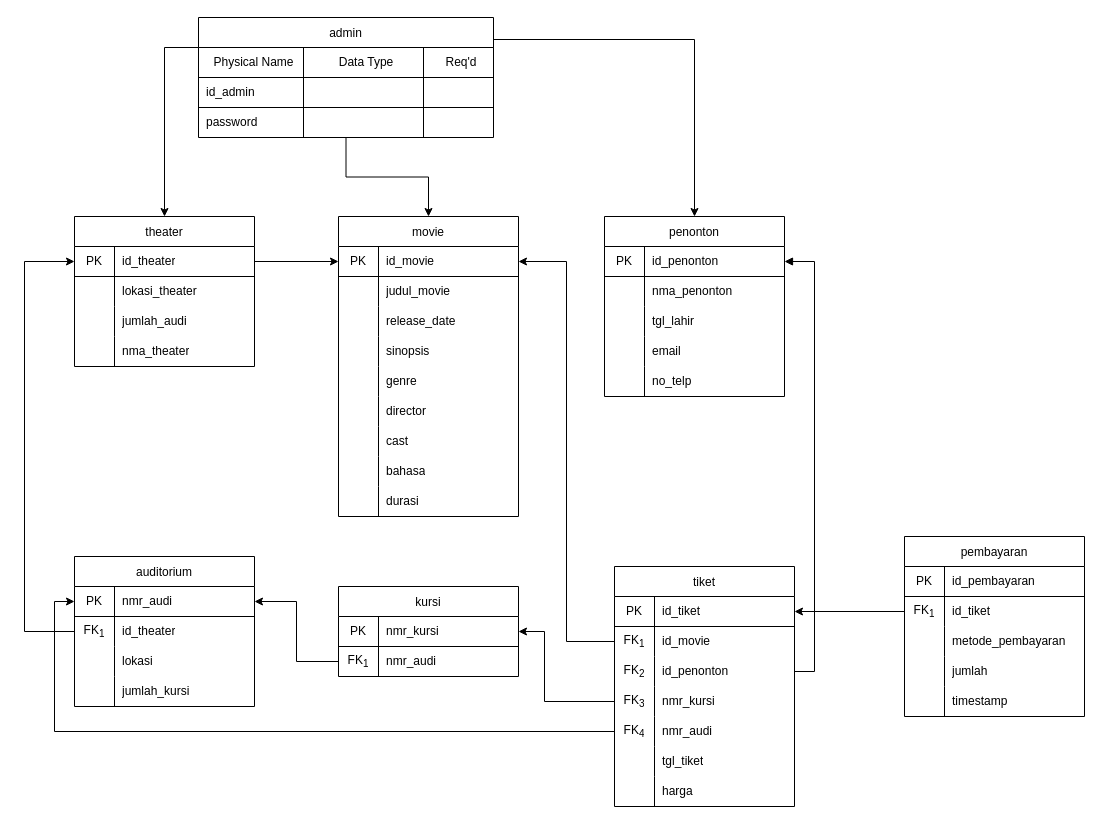
Earlier version of the draw.io diagram movie_pdm.drawio (vinnnna/sistem-basis-data). Source tidied: cells renumbered, new cells numbered last; positions are measured from the earlier drawing's top-left corner, leaving out a move shared by most shapes. Both pictures are drawn from the tidied source at 100%, with x=0, y=0 at pixel (24, 17).
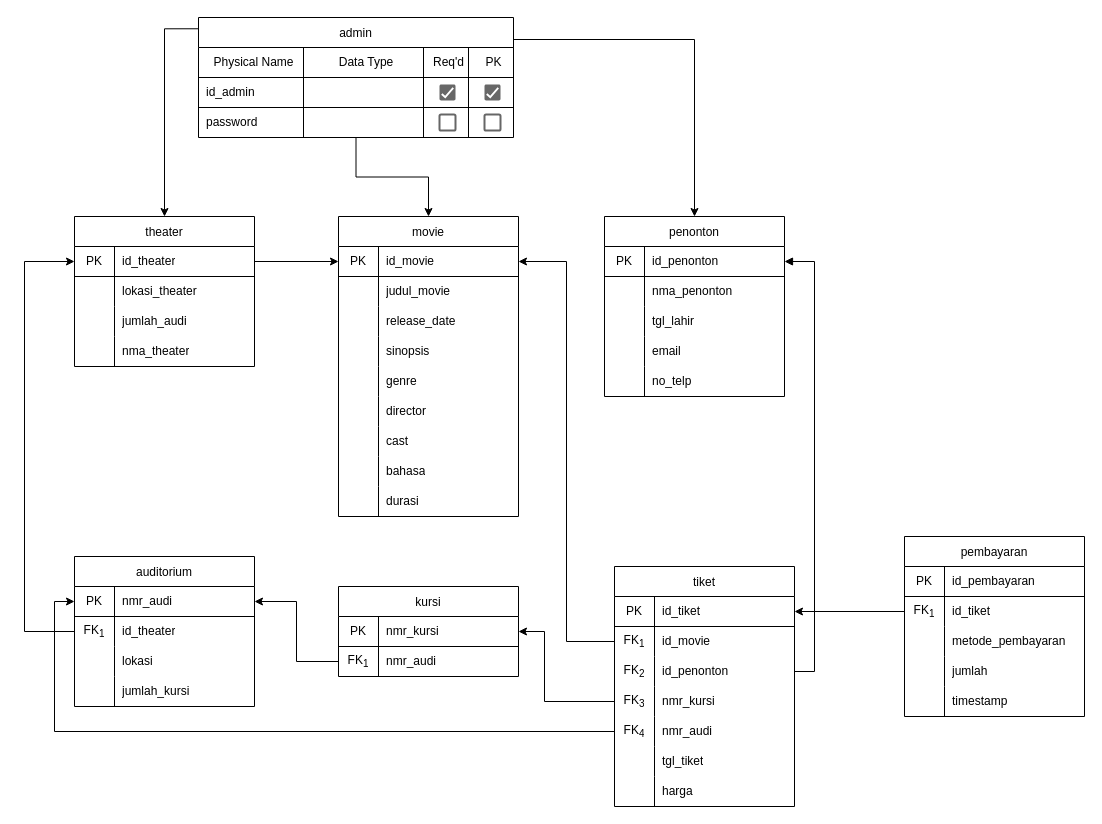
After the change.

Unchanged cells that the change refers to:
```xml
<mxCell id="2" value="theater" style="shape=table;startSize=30;childLayout=tableLayout;rowLines=0;fontStyle=0;strokeColor=default;fontSize=12;" parent="1" vertex="1">
  <mxGeometry x="50" y="199" width="180" height="150" as="geometry" />
</mxCell>
```

Change to the diagram source:
```diff
@@
-    <mxCell id="98" style="edgeStyle=orthogonalEdgeStyle;rounded=0;jettySize=auto;html=1;exitX=0;exitY=0.25;exitDx=0;exitDy=0;entryX=0.5;entryY=0;entryDx=0;entryDy=0;" parent="1" edge="1" source="99" target="2">
+    <mxCell id="98" style="edgeStyle=orthogonalEdgeStyle;rounded=0;jettySize=auto;html=1;exitX=0.003;exitY=0.094;exitDx=0;exitDy=0;entryX=0.5;entryY=0;entryDx=0;entryDy=0;exitPerimeter=0;" parent="1" edge="1" source="99" target="2">
       <mxGeometry relative="1" as="geometry" />
     </mxCell>
     <mxCell id="99" value="admin" style="shape=table;startSize=30;childLayout=tableLayout;rowLines=0;fontStyle=0;strokeColor=default;fontSize=12;" parent="1" vertex="1">
-      <mxGeometry x="174" width="295" height="120" as="geometry" />
+      <mxGeometry x="174" width="315" height="120" as="geometry" />
     </mxCell>
     <mxCell id="100" style="shape=tableRow;horizontal=0;startSize=0;swimlaneHead=0;swimlaneBody=0;top=0;left=0;bottom=0;right=0;fillColor=none;strokeColor=inherit;fontSize=12;" parent="99" vertex="1">
-      <mxGeometry y="30" width="295" height="30" as="geometry" />
+      <mxGeometry y="30" width="315" height="30" as="geometry" />
     </mxCell>
@@
     <mxCell id="103" value="Req'd" style="shape=partialRectangle;html=1;whiteSpace=wrap;fillColor=none;top=0;left=0;bottom=1;right=0;align=center;spacingLeft=6;overflow=hidden;strokeColor=inherit;fontSize=12;strokeWidth=1;" parent="100" vertex="1">
-      <mxGeometry x="225" width="70" height="30" as="geometry" />
+      <mxGeometry x="225" width="45" height="30" as="geometry" />
     </mxCell>
+    <mxCell id="141" value="PK" style="shape=partialRectangle;html=1;whiteSpace=wrap;fillColor=none;top=0;left=0;bottom=1;right=0;align=center;spacingLeft=6;overflow=hidden;strokeColor=inherit;fontSize=12;strokeWidth=1;" parent="100" vertex="1">
+      <mxGeometry x="270" width="45" height="30" as="geometry" />
+    </mxCell>
     <mxCell id="104" style="shape=tableRow;horizontal=0;startSize=0;swimlaneHead=0;swimlaneBody=0;top=0;left=0;bottom=0;right=0;fillColor=none;strokeColor=inherit;fontSize=12;" parent="99" vertex="1">
-      <mxGeometry y="60" width="295" height="30" as="geometry" />
+      <mxGeometry y="60" width="315" height="30" as="geometry" />
     </mxCell>
@@
     <mxCell id="107" style="shape=partialRectangle;html=1;whiteSpace=wrap;fillColor=none;top=0;left=0;bottom=1;right=0;align=left;spacingLeft=6;overflow=hidden;strokeColor=inherit;fontSize=12;strokeWidth=1;" parent="104" vertex="1">
-      <mxGeometry x="225" width="70" height="30" as="geometry" />
+      <mxGeometry x="225" width="45" height="30" as="geometry" />
     </mxCell>
+    <mxCell id="142" style="shape=partialRectangle;html=1;whiteSpace=wrap;fillColor=none;top=0;left=0;bottom=1;right=0;align=left;spacingLeft=6;overflow=hidden;strokeColor=inherit;fontSize=12;strokeWidth=1;" parent="104" vertex="1">
+      <mxGeometry x="270" width="45" height="30" as="geometry" />
+    </mxCell>
     <mxCell id="108" style="shape=tableRow;horizontal=0;startSize=0;swimlaneHead=0;swimlaneBody=0;top=0;left=0;bottom=0;right=0;fillColor=none;strokeColor=inherit;fontSize=12;" parent="99" vertex="1">
-      <mxGeometry y="90" width="295" height="30" as="geometry" />
+      <mxGeometry y="90" width="315" height="30" as="geometry" />
     </mxCell>
@@
     <mxCell id="111" style="shape=partialRectangle;html=1;whiteSpace=wrap;fillColor=none;top=0;left=0;bottom=0;right=0;align=left;spacingLeft=6;overflow=hidden;strokeColor=inherit;fontSize=12;" parent="108" vertex="1">
-      <mxGeometry x="225" width="70" height="30" as="geometry" />
+      <mxGeometry x="225" width="45" height="30" as="geometry" />
     </mxCell>
+    <mxCell id="143" style="shape=partialRectangle;html=1;whiteSpace=wrap;fillColor=none;top=0;left=0;bottom=0;right=0;align=left;spacingLeft=6;overflow=hidden;strokeColor=inherit;fontSize=12;" parent="108" vertex="1">
+      <mxGeometry x="270" width="45" height="30" as="geometry" />
+    </mxCell>
@@
+    <mxCell id="144" style="dashed=0;labelPosition=right;align=left;shape=mxgraph.gmdl.checkbox;strokeColor=none;fillColor=#676767;strokeWidth=2;sketch=0;html=1;" parent="1" vertex="1">
+      <mxGeometry x="415" y="67" width="16" height="16" as="geometry" />
+    </mxCell>
+    <mxCell id="145" style="dashed=0;labelPosition=right;align=left;shape=mxgraph.gmdl.checkbox;strokeColor=#666666;fillColor=none;strokeWidth=2;sketch=0;html=1;" parent="1" vertex="1">
+      <mxGeometry x="415" y="97" width="16" height="16" as="geometry" />
+    </mxCell>
+    <mxCell id="146" style="dashed=0;labelPosition=right;align=left;shape=mxgraph.gmdl.checkbox;strokeColor=none;fillColor=#676767;strokeWidth=2;sketch=0;html=1;" parent="1" vertex="1">
+      <mxGeometry x="460" y="67" width="16" height="16" as="geometry" />
+    </mxCell>
+    <mxCell id="147" style="dashed=0;labelPosition=right;align=left;shape=mxgraph.gmdl.checkbox;strokeColor=#666666;fillColor=none;strokeWidth=2;sketch=0;html=1;" parent="1" vertex="1">
+      <mxGeometry x="460" y="97" width="16" height="16" as="geometry" />
+    </mxCell>
```
